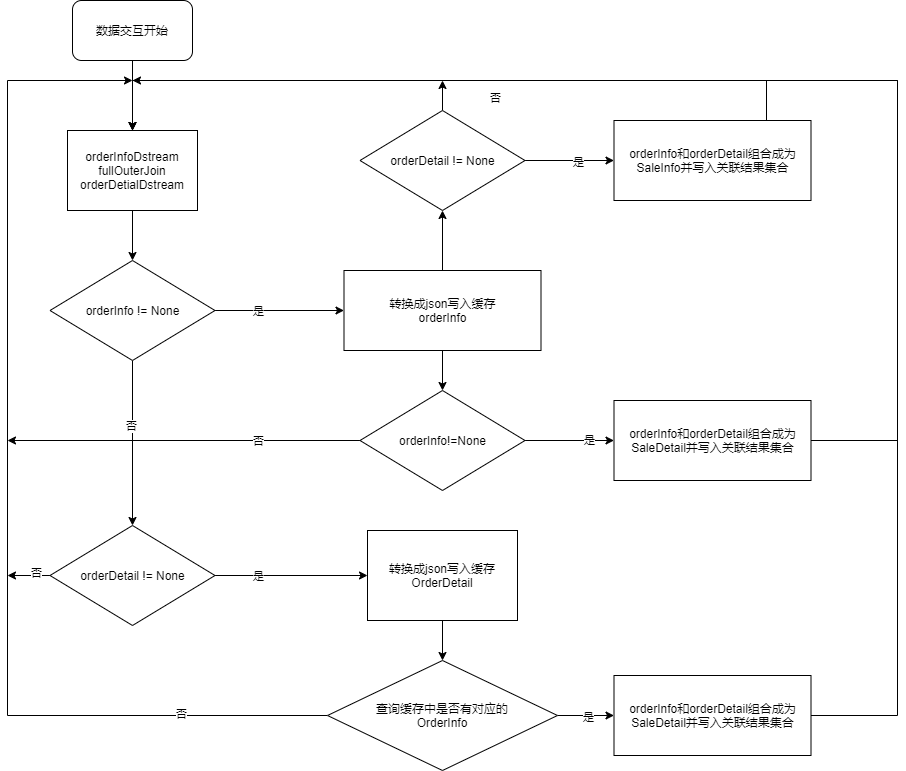
Earlier version of the draw.io export 双流join流程图.png (dyzcs/mall-2020). Source tidied: cells renumbered, new cells last; positions are measured from the earlier drawing's top-left corner, leaving out a move shared by most shapes.
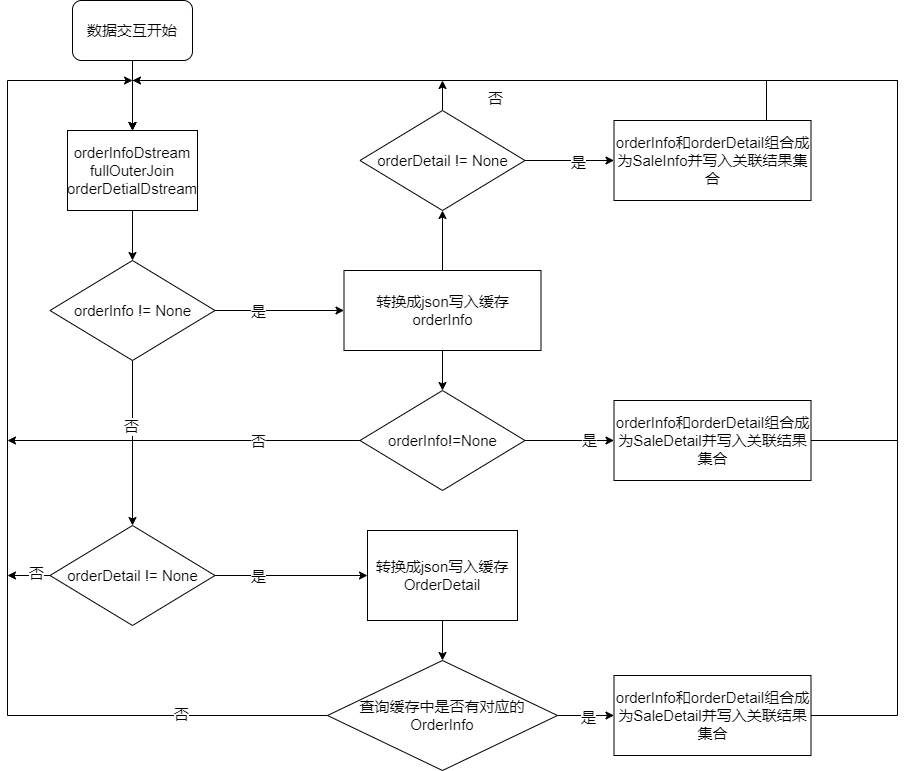
After the commit.

Commit message:
更新双流join流程图.png

The edit, as a diff of the source:
```diff
@@ -2,32 +2,32 @@
   <root>
     <mxCell id="0" />
     <mxCell id="1" parent="0" />
-    <mxCell id="2" style="edgeStyle=orthogonalEdgeStyle;rounded=0;jettySize=auto;html=1;" parent="1" edge="1" source="6" target="10">
+    <mxCell id="2" style="edgeStyle=orthogonalEdgeStyle;rounded=0;jettySize=auto;html=1;fontSize=15;" parent="1" edge="1" source="6" target="10">
       <mxGeometry relative="1" as="geometry" />
     </mxCell>
-    <mxCell id="3" value="否" style="edgeLabel;html=1;align=center;verticalAlign=middle;" parent="2" vertex="1">
+    <mxCell id="3" value="否" style="edgeLabel;html=1;align=center;verticalAlign=middle;fontSize=15;" parent="2" vertex="1">
       <mxGeometry x="-0.21" y="-2" relative="1" as="geometry" />
     </mxCell>
-    <mxCell id="4" style="edgeStyle=orthogonalEdgeStyle;rounded=0;jettySize=auto;html=1;" parent="1" edge="1" source="6" target="17">
+    <mxCell id="4" style="edgeStyle=orthogonalEdgeStyle;rounded=0;jettySize=auto;html=1;fontSize=15;" parent="1" edge="1" source="6" target="17">
       <mxGeometry relative="1" as="geometry" />
     </mxCell>
-    <mxCell id="5" value="是" style="edgeLabel;html=1;align=center;verticalAlign=middle;" parent="4" vertex="1">
+    <mxCell id="5" value="是" style="edgeLabel;html=1;align=center;verticalAlign=middle;fontSize=15;" parent="4" vertex="1">
       <mxGeometry x="0.36" y="1" relative="1" as="geometry">
         <mxPoint x="-44" y="1" as="offset" />
       </mxGeometry>
     </mxCell>
-    <mxCell id="6" value="orderInfo != None" style="strokeWidth=1;html=1;shape=mxgraph.flowchart.decision;whiteSpace=wrap;" parent="1" vertex="1">
+    <mxCell id="6" value="orderInfo != None" style="strokeWidth=1;html=1;shape=mxgraph.flowchart.decision;whiteSpace=wrap;fontSize=15;" parent="1" vertex="1">
       <mxGeometry x="42.5" y="260" width="165" height="100" as="geometry" />
     </mxCell>
-    <mxCell id="7" style="edgeStyle=orthogonalEdgeStyle;rounded=0;jettySize=auto;html=1;entryX=0;entryY=0.5;entryDx=0;entryDy=0;" parent="1" edge="1" source="10" target="27">
+    <mxCell id="7" style="edgeStyle=orthogonalEdgeStyle;rounded=0;jettySize=auto;html=1;entryX=0;entryY=0.5;entryDx=0;entryDy=0;fontSize=15;" parent="1" edge="1" source="10" target="27">
       <mxGeometry relative="1" as="geometry" />
     </mxCell>
-    <mxCell id="8" value="是" style="edgeLabel;html=1;align=center;verticalAlign=middle;" parent="7" vertex="1">
+    <mxCell id="8" value="是" style="edgeLabel;html=1;align=center;verticalAlign=middle;fontSize=15;" parent="7" vertex="1">
       <mxGeometry x="-0.65" y="-2" relative="1" as="geometry">
         <mxPoint x="17" y="-2" as="offset" />
       </mxGeometry>
     </mxCell>
-    <mxCell id="9" style="edgeStyle=orthogonalEdgeStyle;rounded=0;jettySize=auto;html=1;" parent="1" edge="1" source="10">
+    <mxCell id="9" style="edgeStyle=orthogonalEdgeStyle;rounded=0;jettySize=auto;html=1;fontSize=15;" parent="1" edge="1" source="10">
       <mxGeometry relative="1" as="geometry">
         <mxPoint y="575" as="targetPoint" />
         <Array as="points">
@@ -36,33 +36,33 @@
         </Array>
       </mxGeometry>
     </mxCell>
-    <mxCell id="10" value="orderDetail != None" style="strokeWidth=1;html=1;shape=mxgraph.flowchart.decision;whiteSpace=wrap;" parent="1" vertex="1">
+    <mxCell id="10" value="orderDetail != None" style="strokeWidth=1;html=1;shape=mxgraph.flowchart.decision;whiteSpace=wrap;fontSize=15;" parent="1" vertex="1">
       <mxGeometry x="42.5" y="525" width="165" height="100" as="geometry" />
     </mxCell>
-    <mxCell id="11" style="edgeStyle=orthogonalEdgeStyle;rounded=0;jettySize=auto;html=1;entryX=0;entryY=0.5;entryDx=0;entryDy=0;" parent="1" edge="1" source="14" target="29">
+    <mxCell id="11" style="edgeStyle=orthogonalEdgeStyle;rounded=0;jettySize=auto;html=1;entryX=0;entryY=0.5;entryDx=0;entryDy=0;fontSize=15;" parent="1" edge="1" source="14" target="29">
       <mxGeometry relative="1" as="geometry" />
     </mxCell>
-    <mxCell id="12" value="是" style="edgeLabel;html=1;align=center;verticalAlign=middle;" parent="11" vertex="1">
+    <mxCell id="12" value="是" style="edgeLabel;html=1;align=center;verticalAlign=middle;fontSize=15;" parent="11" vertex="1">
       <mxGeometry x="0.2" y="-1" relative="1" as="geometry" />
     </mxCell>
-    <mxCell id="13" style="edgeStyle=orthogonalEdgeStyle;rounded=0;jettySize=auto;html=1;" parent="1" edge="1" source="14">
+    <mxCell id="13" style="edgeStyle=orthogonalEdgeStyle;rounded=0;jettySize=auto;html=1;fontSize=15;" parent="1" edge="1" source="14">
       <mxGeometry relative="1" as="geometry">
         <mxPoint x="435" y="80" as="targetPoint" />
       </mxGeometry>
     </mxCell>
-    <mxCell id="14" value="orderDetail != None" style="strokeWidth=1;html=1;shape=mxgraph.flowchart.decision;whiteSpace=wrap;" parent="1" vertex="1">
+    <mxCell id="14" value="orderDetail != None" style="strokeWidth=1;html=1;shape=mxgraph.flowchart.decision;whiteSpace=wrap;fontSize=15;" parent="1" vertex="1">
       <mxGeometry x="352.5" y="110" width="165" height="100" as="geometry" />
     </mxCell>
-    <mxCell id="15" style="edgeStyle=orthogonalEdgeStyle;rounded=0;jettySize=auto;html=1;entryX=0.5;entryY=1;entryDx=0;entryDy=0;entryPerimeter=0;" parent="1" edge="1" source="17" target="14">
+    <mxCell id="15" style="edgeStyle=orthogonalEdgeStyle;rounded=0;jettySize=auto;html=1;entryX=0.5;entryY=1;entryDx=0;entryDy=0;entryPerimeter=0;fontSize=15;" parent="1" edge="1" source="17" target="14">
       <mxGeometry relative="1" as="geometry" />
     </mxCell>
-    <mxCell id="16" style="edgeStyle=orthogonalEdgeStyle;rounded=0;jettySize=auto;html=1;" parent="1" edge="1" source="17" target="21">
+    <mxCell id="16" style="edgeStyle=orthogonalEdgeStyle;rounded=0;jettySize=auto;html=1;fontSize=15;" parent="1" edge="1" source="17" target="21">
       <mxGeometry relative="1" as="geometry" />
     </mxCell>
-    <mxCell id="17" value="转换成json写入缓存&lt;br&gt;orderInfo" style="rounded=0;whiteSpace=wrap;html=1;absoluteArcSize=1;arcSize=14;strokeWidth=1;" parent="1" vertex="1">
+    <mxCell id="17" value="转换成json写入缓存&lt;br style=&quot;font-size: 15px;&quot;&gt;orderInfo" style="rounded=0;whiteSpace=wrap;html=1;absoluteArcSize=1;arcSize=14;strokeWidth=1;fontSize=15;" parent="1" vertex="1">
       <mxGeometry x="336.5" y="270" width="197" height="80" as="geometry" />
     </mxCell>
-    <mxCell id="18" style="edgeStyle=orthogonalEdgeStyle;rounded=0;jettySize=auto;html=1;" parent="1" edge="1" source="21" target="31">
+    <mxCell id="18" style="edgeStyle=orthogonalEdgeStyle;rounded=0;jettySize=auto;html=1;fontSize=15;" parent="1" edge="1" source="21" target="31">
       <mxGeometry relative="1" as="geometry">
         <Array as="points">
           <mxPoint x="566.5" y="440" />
@@ -70,23 +70,23 @@
         </Array>
       </mxGeometry>
     </mxCell>
-    <mxCell id="19" style="edgeStyle=orthogonalEdgeStyle;rounded=0;jettySize=auto;html=1;" parent="1" edge="1" source="21">
+    <mxCell id="19" style="edgeStyle=orthogonalEdgeStyle;rounded=0;jettySize=auto;html=1;fontSize=15;" parent="1" edge="1" source="21">
       <mxGeometry relative="1" as="geometry">
         <mxPoint y="440" as="targetPoint" />
       </mxGeometry>
     </mxCell>
-    <mxCell id="20" value="否" style="edgeLabel;html=1;align=center;verticalAlign=middle;" parent="19" vertex="1">
+    <mxCell id="20" value="否" style="edgeLabel;html=1;align=center;verticalAlign=middle;fontSize=15;" parent="19" vertex="1">
       <mxGeometry x="-0.31" y="3" relative="1" as="geometry">
         <mxPoint x="19" y="-3" as="offset" />
       </mxGeometry>
     </mxCell>
-    <mxCell id="21" value="orderInfo!=None" style="strokeWidth=1;html=1;shape=mxgraph.flowchart.decision;whiteSpace=wrap;" parent="1" vertex="1">
+    <mxCell id="21" value="orderInfo!=None" style="strokeWidth=1;html=1;shape=mxgraph.flowchart.decision;whiteSpace=wrap;fontSize=15;" parent="1" vertex="1">
       <mxGeometry x="352.5" y="390" width="165" height="100" as="geometry" />
     </mxCell>
-    <mxCell id="22" style="edgeStyle=orthogonalEdgeStyle;rounded=0;jettySize=auto;html=1;entryX=0;entryY=0.5;entryDx=0;entryDy=0;" parent="1" edge="1" source="25" target="33">
+    <mxCell id="22" style="edgeStyle=orthogonalEdgeStyle;rounded=0;jettySize=auto;html=1;entryX=0;entryY=0.5;entryDx=0;entryDy=0;fontSize=15;" parent="1" edge="1" source="25" target="33">
       <mxGeometry relative="1" as="geometry" />
     </mxCell>
-    <mxCell id="23" style="edgeStyle=orthogonalEdgeStyle;rounded=0;jettySize=auto;html=1;" parent="1" edge="1" source="25">
+    <mxCell id="23" style="edgeStyle=orthogonalEdgeStyle;rounded=0;jettySize=auto;html=1;fontSize=15;" parent="1" edge="1" source="25">
       <mxGeometry relative="1" as="geometry">
         <mxPoint x="125" y="80" as="targetPoint" />
         <Array as="points">
@@ -95,19 +95,19 @@
         </Array>
       </mxGeometry>
     </mxCell>
-    <mxCell id="24" value="否" style="edgeLabel;html=1;align=center;verticalAlign=middle;" parent="23" vertex="1">
+    <mxCell id="24" value="否" style="edgeLabel;html=1;align=center;verticalAlign=middle;fontSize=15;" parent="23" vertex="1">
       <mxGeometry x="-0.73" y="-2" relative="1" as="geometry" />
     </mxCell>
-    <mxCell id="25" value="查询缓存中是否有对应的&lt;br&gt;OrderInfo" style="strokeWidth=1;html=1;shape=mxgraph.flowchart.decision;whiteSpace=wrap;" parent="1" vertex="1">
+    <mxCell id="25" value="查询缓存中是否有对应的&lt;br style=&quot;font-size: 15px;&quot;&gt;OrderInfo" style="strokeWidth=1;html=1;shape=mxgraph.flowchart.decision;whiteSpace=wrap;fontSize=15;" parent="1" vertex="1">
       <mxGeometry x="320" y="660" width="230" height="110" as="geometry" />
     </mxCell>
-    <mxCell id="26" style="edgeStyle=orthogonalEdgeStyle;rounded=0;jettySize=auto;html=1;" parent="1" edge="1" source="27" target="25">
+    <mxCell id="26" style="edgeStyle=orthogonalEdgeStyle;rounded=0;jettySize=auto;html=1;fontSize=15;" parent="1" edge="1" source="27" target="25">
       <mxGeometry relative="1" as="geometry" />
     </mxCell>
-    <mxCell id="27" value="转换成json写入缓存&lt;br&gt;OrderDetail" style="rounded=0;whiteSpace=wrap;html=1;absoluteArcSize=1;arcSize=14;strokeWidth=1;" parent="1" vertex="1">
+    <mxCell id="27" value="转换成json写入缓存&lt;br style=&quot;font-size: 15px;&quot;&gt;OrderDetail" style="rounded=0;whiteSpace=wrap;html=1;absoluteArcSize=1;arcSize=14;strokeWidth=1;fontSize=15;" parent="1" vertex="1">
       <mxGeometry x="360" y="530" width="150" height="90" as="geometry" />
     </mxCell>
-    <mxCell id="28" style="edgeStyle=orthogonalEdgeStyle;rounded=0;jettySize=auto;html=1;" parent="1" edge="1" source="29">
+    <mxCell id="28" style="edgeStyle=orthogonalEdgeStyle;rounded=0;jettySize=auto;html=1;fontSize=15;" parent="1" edge="1" source="29">
       <mxGeometry relative="1" as="geometry">
         <mxPoint x="125" y="80" as="targetPoint" />
         <Array as="points">
@@ -116,10 +116,10 @@
         </Array>
       </mxGeometry>
     </mxCell>
-    <mxCell id="29" value="orderInfo和orderDetail组合成为SaleInfo并写入关联结果集合" style="rounded=0;whiteSpace=wrap;html=1;absoluteArcSize=1;arcSize=14;strokeWidth=1;" parent="1" vertex="1">
+    <mxCell id="29" value="orderInfo和orderDetail组合成为SaleInfo并写入关联结果集合" style="rounded=0;whiteSpace=wrap;html=1;absoluteArcSize=1;arcSize=14;strokeWidth=1;fontSize=15;" parent="1" vertex="1">
       <mxGeometry x="606.5" y="120" width="197" height="80" as="geometry" />
     </mxCell>
-    <mxCell id="30" style="edgeStyle=orthogonalEdgeStyle;rounded=0;jettySize=auto;html=1;entryX=0.5;entryY=0;entryDx=0;entryDy=0;exitX=1;exitY=0.5;exitDx=0;exitDy=0;" parent="1" edge="1" source="31" target="37">
+    <mxCell id="30" style="edgeStyle=orthogonalEdgeStyle;rounded=0;jettySize=auto;html=1;entryX=0.5;entryY=0;entryDx=0;entryDy=0;exitX=1;exitY=0.5;exitDx=0;exitDy=0;fontSize=15;" parent="1" edge="1" source="31" target="37">
       <mxGeometry relative="1" as="geometry">
         <Array as="points">
           <mxPoint x="890" y="440" />
@@ -128,10 +128,10 @@
         </Array>
       </mxGeometry>
     </mxCell>
-    <mxCell id="31" value="orderInfo和orderDetail组合成为SaleDetail并写入关联结果集合" style="rounded=0;whiteSpace=wrap;html=1;absoluteArcSize=1;arcSize=14;strokeWidth=1;" parent="1" vertex="1">
+    <mxCell id="31" value="orderInfo和orderDetail组合成为SaleDetail并写入关联结果集合" style="rounded=0;whiteSpace=wrap;html=1;absoluteArcSize=1;arcSize=14;strokeWidth=1;fontSize=15;" parent="1" vertex="1">
       <mxGeometry x="606.5" y="400" width="197" height="80" as="geometry" />
     </mxCell>
-    <mxCell id="32" style="edgeStyle=orthogonalEdgeStyle;rounded=0;jettySize=auto;html=1;entryX=0.5;entryY=0;entryDx=0;entryDy=0;exitX=1;exitY=0.5;exitDx=0;exitDy=0;" parent="1" edge="1" source="33" target="37">
+    <mxCell id="32" style="edgeStyle=orthogonalEdgeStyle;rounded=0;jettySize=auto;html=1;entryX=0.5;entryY=0;entryDx=0;entryDy=0;exitX=1;exitY=0.5;exitDx=0;exitDy=0;fontSize=15;" parent="1" edge="1" source="33" target="37">
       <mxGeometry relative="1" as="geometry">
         <Array as="points">
           <mxPoint x="890" y="715" />
@@ -140,10 +140,10 @@
         </Array>
       </mxGeometry>
     </mxCell>
-    <mxCell id="33" value="orderInfo和orderDetail组合成为SaleDetail并写入关联结果集合" style="rounded=0;whiteSpace=wrap;html=1;absoluteArcSize=1;arcSize=14;strokeWidth=1;" parent="1" vertex="1">
+    <mxCell id="33" value="orderInfo和orderDetail组合成为SaleDetail并写入关联结果集合" style="rounded=0;whiteSpace=wrap;html=1;absoluteArcSize=1;arcSize=14;strokeWidth=1;fontSize=15;" parent="1" vertex="1">
       <mxGeometry x="606.5" y="675" width="197" height="80" as="geometry" />
     </mxCell>
-    <mxCell id="34" style="edgeStyle=orthogonalEdgeStyle;rounded=0;jettySize=auto;html=1;" parent="1" edge="1" source="35" target="37">
+    <mxCell id="34" style="edgeStyle=orthogonalEdgeStyle;rounded=0;jettySize=auto;html=1;fontSize=15;" parent="1" edge="1" source="35" target="37">
       <mxGeometry relative="1" as="geometry">
         <Array as="points">
           <mxPoint x="125" y="80" />
@@ -151,31 +151,31 @@
         </Array>
       </mxGeometry>
     </mxCell>
-    <mxCell id="35" value="数据交互开始" style="rounded=1;whiteSpace=wrap;html=1;" parent="1" vertex="1">
+    <mxCell id="35" value="数据交互开始" style="rounded=1;whiteSpace=wrap;html=1;fontSize=15;" parent="1" vertex="1">
       <mxGeometry x="65" width="120" height="60" as="geometry" />
     </mxCell>
-    <mxCell id="36" style="edgeStyle=orthogonalEdgeStyle;rounded=0;jettySize=auto;html=1;entryX=0.5;entryY=0;entryDx=0;entryDy=0;entryPerimeter=0;" parent="1" edge="1" source="37" target="6">
+    <mxCell id="36" style="edgeStyle=orthogonalEdgeStyle;rounded=0;jettySize=auto;html=1;entryX=0.5;entryY=0;entryDx=0;entryDy=0;entryPerimeter=0;fontSize=15;" parent="1" edge="1" source="37" target="6">
       <mxGeometry relative="1" as="geometry" />
     </mxCell>
-    <mxCell id="37" value="&lt;span&gt;orderInfoDstream&lt;/span&gt;&lt;br&gt;&lt;span&gt;fullOuterJoin&lt;/span&gt;&lt;br&gt;&lt;span&gt;orderDetialDstream&lt;/span&gt;" style="rounded=0;whiteSpace=wrap;html=1;" parent="1" vertex="1">
+    <mxCell id="37" value="&lt;span style=&quot;font-size: 15px;&quot;&gt;orderInfoDstream&lt;/span&gt;&lt;br style=&quot;font-size: 15px;&quot;&gt;&lt;span style=&quot;font-size: 15px;&quot;&gt;fullOuterJoin&lt;/span&gt;&lt;br style=&quot;font-size: 15px;&quot;&gt;&lt;span style=&quot;font-size: 15px;&quot;&gt;orderDetialDstream&lt;/span&gt;" style="rounded=0;whiteSpace=wrap;html=1;fontSize=15;" parent="1" vertex="1">
       <mxGeometry x="60" y="130" width="130" height="80" as="geometry" />
     </mxCell>
-    <mxCell id="38" value="是" style="edgeLabel;html=1;align=center;verticalAlign=middle;" parent="1" vertex="1">
+    <mxCell id="38" value="是" style="edgeLabel;html=1;align=center;verticalAlign=middle;fontSize=15;" parent="1" vertex="1">
       <mxGeometry x="207.5" y="590" as="geometry">
         <mxPoint x="373" y="126" as="offset" />
       </mxGeometry>
     </mxCell>
-    <mxCell id="39" value="是" style="edgeLabel;html=1;align=center;verticalAlign=middle;" parent="1" vertex="1">
+    <mxCell id="39" value="是" style="edgeLabel;html=1;align=center;verticalAlign=middle;fontSize=15;" parent="1" vertex="1">
       <mxGeometry x="240" y="600" as="geometry">
         <mxPoint x="341" y="-161" as="offset" />
       </mxGeometry>
     </mxCell>
-    <mxCell id="40" value="否" style="edgeLabel;html=1;align=center;verticalAlign=middle;" parent="1" vertex="1">
+    <mxCell id="40" value="否" style="edgeLabel;html=1;align=center;verticalAlign=middle;fontSize=15;" parent="1" vertex="1">
       <mxGeometry x="341.5" y="319" as="geometry">
         <mxPoint x="146" y="-222" as="offset" />
       </mxGeometry>
     </mxCell>
-    <mxCell id="41" value="否" style="edgeLabel;html=1;align=center;verticalAlign=middle;" parent="1" vertex="1">
+    <mxCell id="41" value="否" style="edgeLabel;html=1;align=center;verticalAlign=middle;fontSize=15;" parent="1" vertex="1">
       <mxGeometry x="185" y="730" as="geometry">
         <mxPoint x="-157" y="-158" as="offset" />
       </mxGeometry>
```
